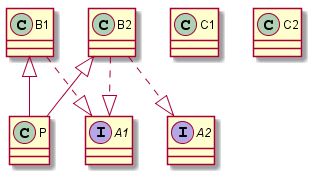
The PlantUML diagram out/production/Parser/output.png in Manasi670430/Parser, before a commit.
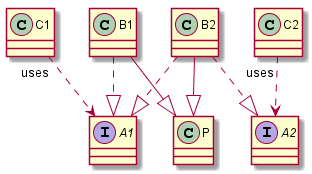
After the change.

Change to the diagram source:
```diff
@@ -16,6 +16,8 @@
 B1 ..|> A1
 B2 ..|> A2
 B2 ..|> A1
-B2 <|-- P
-B1 <|-- P
+B2 --|> P
+B1 --|> P
+C1 "uses"  ..> A1
+C2 "uses"  ..> A2
 @enduml
```
